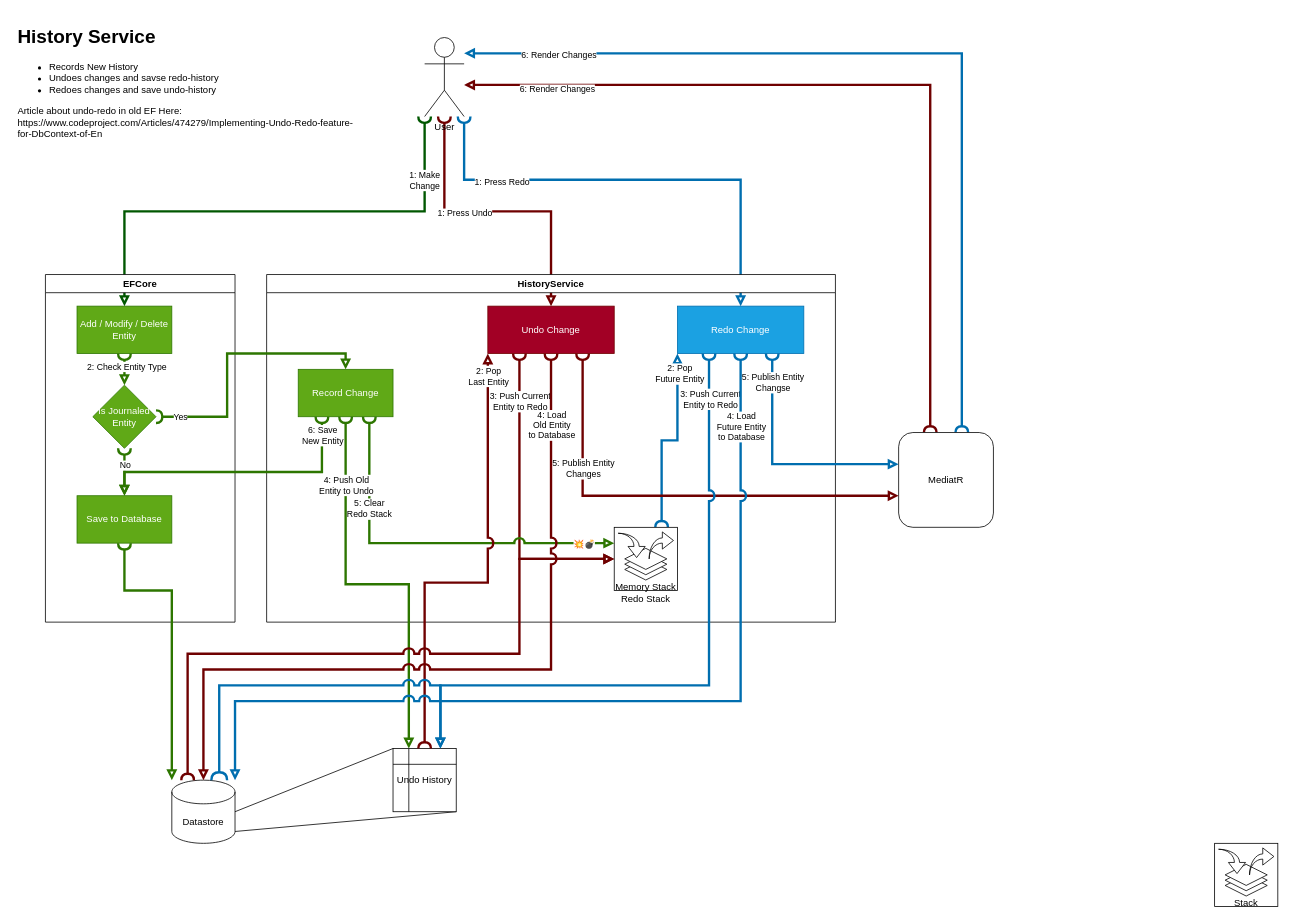
This is page "Undo Redo" (5 of 7) of StreetArtist.Core/Docs/StreetArtistStrategy.drawio from CalebSerafin/StreetArtist, a draw.io file, before an edit. Source tidied: cells renumbered, new cells numbered last; positions are measured from the earlier drawing's top-left corner, leaving out a move shared by most shapes. Both pictures are drawn from the tidied source at 79%, with x=0, y=0 at pixel (13, 21).
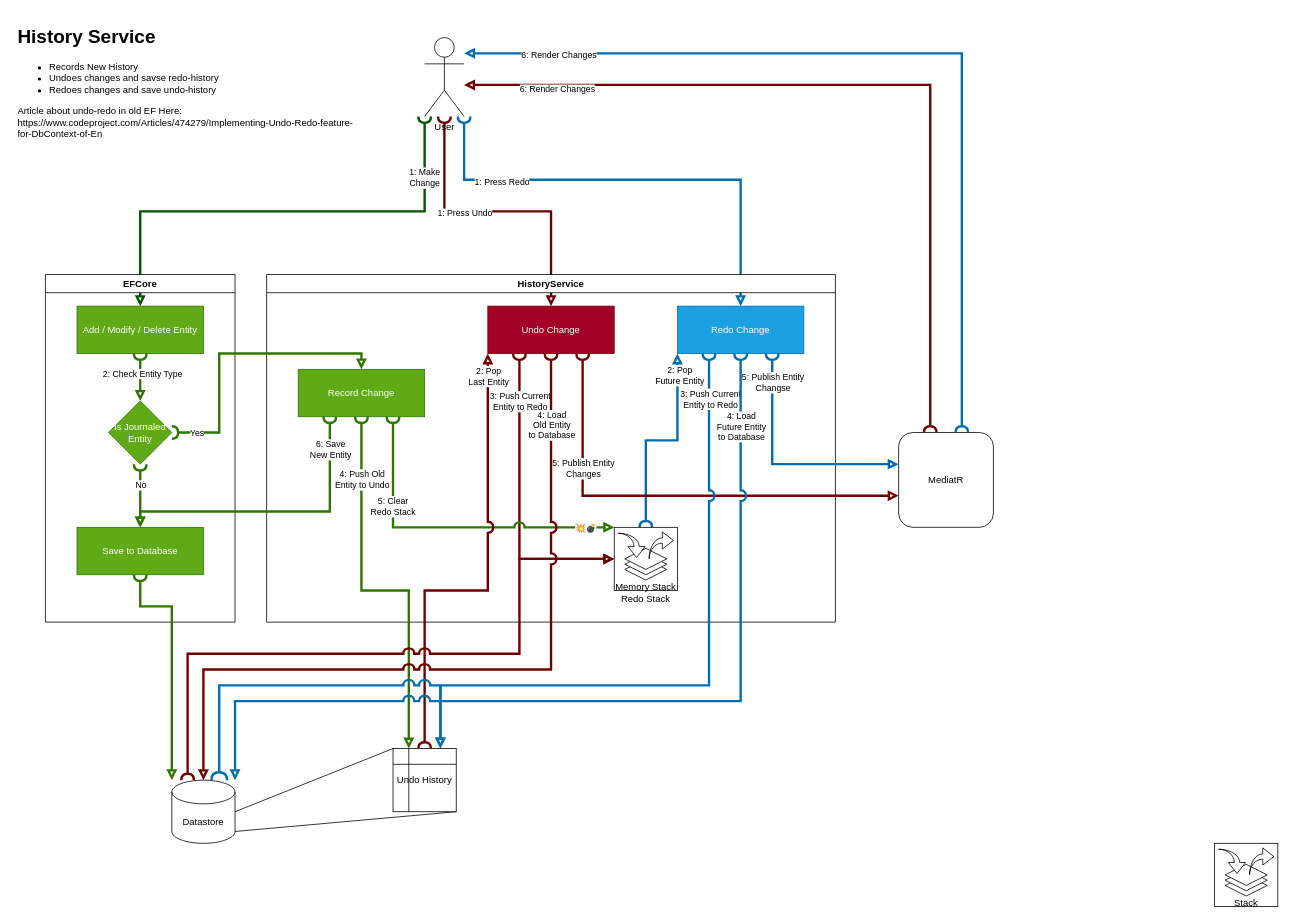
The same diagram, later.

The change refers to these unchanged cells:
```xml
<mxCell id="3" value="Datastore" style="shape=cylinder3;whiteSpace=wrap;html=1;boundedLbl=1;backgroundOutline=1;size=15;" parent="1" vertex="1">
  <mxGeometry x="200" y="960" width="80" height="80" as="geometry" />
</mxCell>
<mxCell id="4" value="EFCore" style="swimlane;whiteSpace=wrap;html=1;" parent="1" vertex="1">
  <mxGeometry x="40" y="320" width="240" height="440" as="geometry" />
</mxCell>
<mxCell id="16" value="User" style="shape=umlActor;verticalLabelPosition=bottom;verticalAlign=top;html=1;outlineConnect=0;" parent="1" vertex="1">
  <mxGeometry x="520" y="20" width="50" height="100" as="geometry" />
</mxCell>
<mxCell id="17" value="HistoryService" style="swimlane;whiteSpace=wrap;html=1;" parent="1" vertex="1">
  <mxGeometry x="320" y="320" width="720" height="440" as="geometry" />
</mxCell>
<mxCell id="19" value="Undo Change" style="rounded=0;whiteSpace=wrap;html=1;fillColor=#a20025;fontColor=#ffffff;strokeColor=#6F0000;" parent="17" vertex="1">
  <mxGeometry x="280" y="40" width="160" height="60" as="geometry" />
</mxCell>
<mxCell id="20" value="Redo Change" style="rounded=0;whiteSpace=wrap;html=1;fillColor=#1ba1e2;fontColor=#ffffff;strokeColor=#006EAF;" parent="17" vertex="1">
  <mxGeometry x="520" y="40" width="160" height="60" as="geometry" />
</mxCell>
<mxCell id="24" value="&lt;br&gt;&lt;br&gt;&lt;br&gt;&lt;br&gt;&lt;br&gt;&lt;br&gt;Memory Stack&lt;br&gt;Redo Stack" style="rounded=0;whiteSpace=wrap;html=1;" parent="23" vertex="1">
  <mxGeometry width="80" height="80" as="geometry" />
</mxCell>
<mxCell id="48" value="Undo History" style="shape=internalStorage;whiteSpace=wrap;html=1;backgroundOutline=1;" parent="1" vertex="1">
  <mxGeometry x="480" y="920" width="80" height="80" as="geometry" />
</mxCell>
```

The edit, as a diff of the source:
```diff
@@
     <mxCell id="2" value="1: Make&lt;br&gt;Change" style="edgeStyle=orthogonalEdgeStyle;rounded=0;jettySize=auto;html=1;entryX=0.5;entryY=0;entryDx=0;entryDy=0;fillColor=#008a00;strokeColor=#005700;strokeWidth=3;startArrow=halfCircle;startFill=0;endArrow=block;endFill=0;targetPerimeterSpacing=0;startSize=4;" parent="1" edge="1" source="16" target="7">
       <mxGeometry x="-0.74" relative="1" as="geometry">
         <Array as="points">
           <mxPoint x="520" y="240" />
-          <mxPoint x="140" y="240" />
+          <mxPoint x="160" y="240" />
         </Array>
       </mxGeometry>
     </mxCell>
@@
     <mxCell id="7" value="Add / Modify / Delete Entity" style="rounded=0;whiteSpace=wrap;html=1;fillColor=#60a917;fontColor=#ffffff;strokeColor=#2D7600;" parent="4" vertex="1">
-      <mxGeometry x="40" y="40" width="120" height="60" as="geometry" />
+      <mxGeometry x="40" y="40" width="160" height="60" as="geometry" />
     </mxCell>
@@
     <mxCell id="10" value="Is Journaled Entity" style="rhombus;whiteSpace=wrap;html=1;fillColor=#60a917;fontColor=#ffffff;strokeColor=#2D7600;" parent="4" vertex="1">
-      <mxGeometry x="60" y="140" width="80" height="80" as="geometry" />
+      <mxGeometry x="80" y="160" width="80" height="80" as="geometry" />
     </mxCell>
     <mxCell id="11" value="Save to Database" style="rounded=0;whiteSpace=wrap;html=1;fillColor=#60a917;fontColor=#ffffff;strokeColor=#2D7600;" parent="4" vertex="1">
-      <mxGeometry x="40" y="280" width="120" height="60" as="geometry" />
+      <mxGeometry x="40" y="320" width="160" height="60" as="geometry" />
     </mxCell>
@@
     <mxCell id="18" value="Record Change" style="rounded=0;whiteSpace=wrap;html=1;fillColor=#60a917;fontColor=#ffffff;strokeColor=#2D7600;" parent="17" vertex="1">
-      <mxGeometry x="40" y="120" width="120" height="60" as="geometry" />
+      <mxGeometry x="40" y="120" width="160" height="60" as="geometry" />
     </mxCell>
@@
-    <mxCell id="21" style="edgeStyle=orthogonalEdgeStyle;rounded=0;jettySize=auto;html=1;exitX=0.75;exitY=0;exitDx=0;exitDy=0;entryX=0;entryY=1;entryDx=0;entryDy=0;fillColor=#1ba1e2;strokeColor=#006EAF;strokeWidth=3;jumpStyle=arc;jumpSize=10;startArrow=halfCircle;startFill=0;endArrow=block;endFill=0;targetPerimeterSpacing=0;startSize=4;" parent="17" edge="1" source="24" target="20">
+    <mxCell id="21" style="edgeStyle=orthogonalEdgeStyle;rounded=0;jettySize=auto;html=1;entryX=0;entryY=1;entryDx=0;entryDy=0;fillColor=#1ba1e2;strokeColor=#006EAF;strokeWidth=3;jumpStyle=arc;jumpSize=10;startArrow=halfCircle;startFill=0;endArrow=block;endFill=0;targetPerimeterSpacing=0;startSize=4;" parent="17" edge="1" source="24" target="20">
       <mxGeometry relative="1" as="geometry" />
     </mxCell>
@@
-    <mxCell id="33" style="rounded=0;jettySize=auto;html=1;exitX=0.75;exitY=1;exitDx=0;exitDy=0;jumpStyle=arc;jumpSize=9;entryX=0;entryY=0.25;entryDx=0;entryDy=0;fillColor=#60a917;strokeColor=#2D7600;strokeWidth=3;edgeStyle=orthogonalEdgeStyle;startArrow=halfCircle;startFill=0;endArrow=block;endFill=0;targetPerimeterSpacing=0;startSize=4;" parent="17" edge="1" source="18" target="24">
-      <mxGeometry relative="1" as="geometry" />
+    <mxCell id="33" style="rounded=0;jettySize=auto;html=1;exitX=0.75;exitY=1;exitDx=0;exitDy=0;jumpStyle=arc;jumpSize=9;fillColor=#60a917;strokeColor=#2D7600;strokeWidth=3;edgeStyle=orthogonalEdgeStyle;startArrow=halfCircle;startFill=0;endArrow=block;endFill=0;targetPerimeterSpacing=0;startSize=4;" parent="17" edge="1" source="18" target="24">
+      <mxGeometry relative="1" as="geometry">
+        <Array as="points">
+          <mxPoint x="160" y="320" />
+        </Array>
+      </mxGeometry>
     </mxCell>
@@
     <mxCell id="44" style="edgeStyle=orthogonalEdgeStyle;rounded=0;jettySize=auto;html=1;exitX=0.5;exitY=1;exitDx=0;exitDy=0;jumpStyle=arc;jumpSize=9;entryX=0.25;entryY=0;entryDx=0;entryDy=0;fillColor=#60a917;strokeColor=#2D7600;strokeWidth=3;startArrow=halfCircle;startFill=0;endArrow=block;endFill=0;targetPerimeterSpacing=0;startSize=4;" parent="1" edge="1" source="18" target="48">
       <mxGeometry relative="1" as="geometry">
         <Array as="points">
-          <mxPoint x="420" y="712" />
-          <mxPoint x="500" y="712" />
+          <mxPoint x="440" y="720" />
+          <mxPoint x="500" y="720" />
         </Array>
       </mxGeometry>
     </mxCell>
     <mxCell id="45" value="4: Push Old&lt;br&gt;Entity to Undo" style="edgeLabel;html=1;align=center;verticalAlign=middle;" parent="44" vertex="1">
       <mxGeometry x="-0.89" y="-1" relative="1" as="geometry">
-        <mxPoint x="1" y="59" as="offset" />
+        <mxPoint x="1" y="53" as="offset" />
       </mxGeometry>
     </mxCell>
@@
     <mxCell id="49" style="edgeStyle=orthogonalEdgeStyle;rounded=0;jettySize=auto;html=1;entryX=0.5;entryY=0;entryDx=0;entryDy=0;fillColor=#60a917;strokeColor=#2D7600;strokeWidth=3;startArrow=halfCircle;startFill=0;endArrow=block;endFill=0;targetPerimeterSpacing=0;startSize=4;" parent="1" edge="1" source="10" target="18">
-      <mxGeometry relative="1" as="geometry" />
+      <mxGeometry relative="1" as="geometry">
+        <Array as="points">
+          <mxPoint x="260" y="520" />
+          <mxPoint x="260" y="420" />
+          <mxPoint x="440" y="420" />
+        </Array>
+      </mxGeometry>
     </mxCell>
@@
     <mxCell id="51" style="edgeStyle=orthogonalEdgeStyle;rounded=0;jettySize=auto;html=1;exitX=0.25;exitY=1;exitDx=0;exitDy=0;entryX=0.5;entryY=0;entryDx=0;entryDy=0;fillColor=#60a917;strokeColor=#2D7600;strokeWidth=3;startArrow=halfCircle;startFill=0;endArrow=block;endFill=0;targetPerimeterSpacing=0;startSize=4;" parent="1" edge="1" source="18" target="11">
       <mxGeometry relative="1" as="geometry">
         <Array as="points">
-          <mxPoint x="390" y="570" />
-          <mxPoint x="140" y="570" />
+          <mxPoint x="400" y="620" />
+          <mxPoint x="160" y="620" />
         </Array>
       </mxGeometry>
     </mxCell>
     <mxCell id="52" value="6: Save&lt;br&gt;New Entity" style="edgeLabel;html=1;align=center;verticalAlign=middle;" parent="51" vertex="1">
       <mxGeometry x="-0.95" y="-4" relative="1" as="geometry">
-        <mxPoint x="4" y="14" as="offset" />
+        <mxPoint x="4" y="31" as="offset" />
       </mxGeometry>
     </mxCell>
     <mxCell id="53" style="edgeStyle=orthogonalEdgeStyle;rounded=0;jettySize=auto;html=1;exitX=0.5;exitY=1;exitDx=0;exitDy=0;fillColor=#60a917;strokeColor=#2D7600;strokeWidth=3;startArrow=halfCircle;startFill=0;endArrow=block;endFill=0;targetPerimeterSpacing=0;startSize=4;" parent="1" edge="1" source="11" target="3">
       <mxGeometry relative="1" as="geometry">
         <Array as="points">
-          <mxPoint x="140" y="720" />
-          <mxPoint x="200" y="720" />
+          <mxPoint x="160" y="740" />
+          <mxPoint x="200" y="740" />
         </Array>
       </mxGeometry>
     </mxCell>
@@
     <mxCell id="63" style="rounded=0;jettySize=auto;html=1;jumpStyle=arc;jumpSize=10;fillColor=#a20025;strokeColor=#6F0000;strokeWidth=3;edgeStyle=orthogonalEdgeStyle;exitX=0.5;exitY=0;exitDx=0;exitDy=0;entryX=0;entryY=1;entryDx=0;entryDy=0;startArrow=halfCircle;startFill=0;endArrow=block;endFill=0;targetPerimeterSpacing=0;startSize=4;" parent="1" edge="1" source="48" target="19">
       <mxGeometry relative="1" as="geometry">
         <Array as="points">
-          <mxPoint x="520" y="710" />
-          <mxPoint x="600" y="710" />
+          <mxPoint x="520" y="720" />
+          <mxPoint x="600" y="720" />
         </Array>
       </mxGeometry>
     </mxCell>
```
